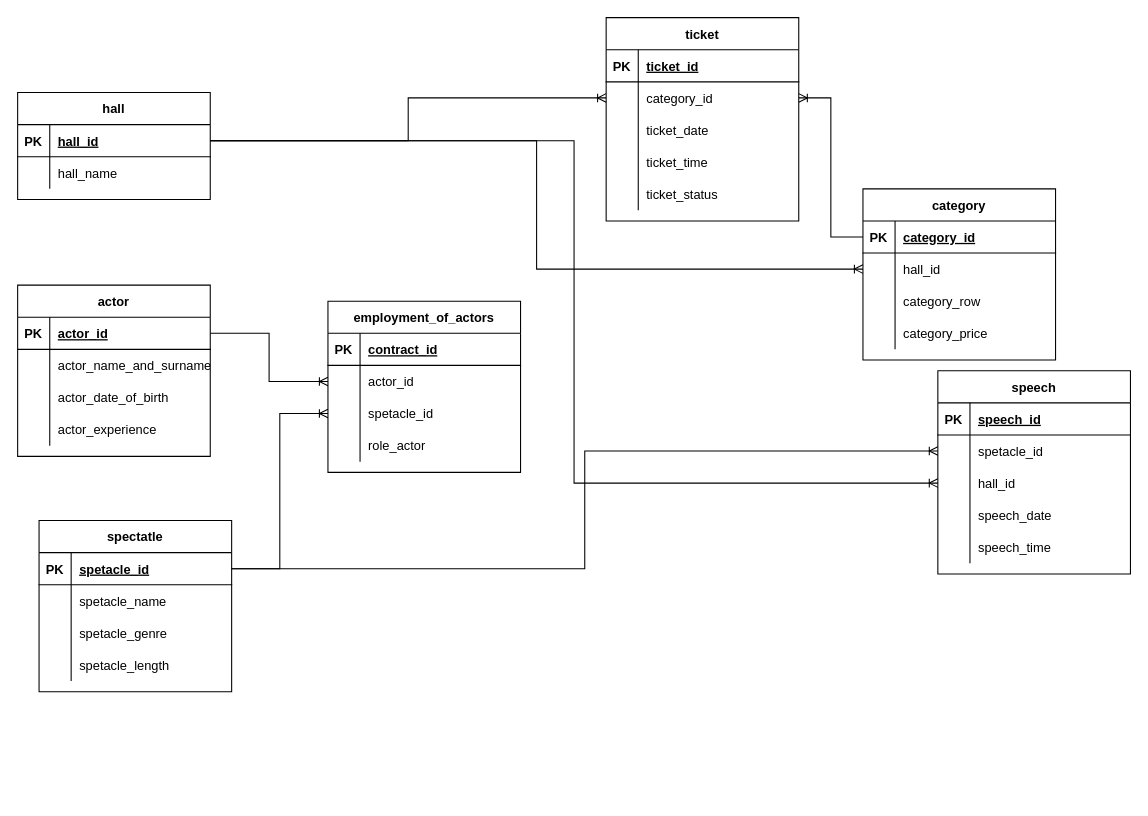
Before: page "Страница 1" (1 of 2) of База данных театра.drawio in MakarovIS/Data-base, a draw.io diagram. Source tidied: cells renumbered, new cells numbered last; positions are measured from the earlier drawing's top-left corner, leaving out a move shared by most shapes. Both pictures are drawn from the tidied source at 107%, with x=0, y=0 at pixel (17, 17).
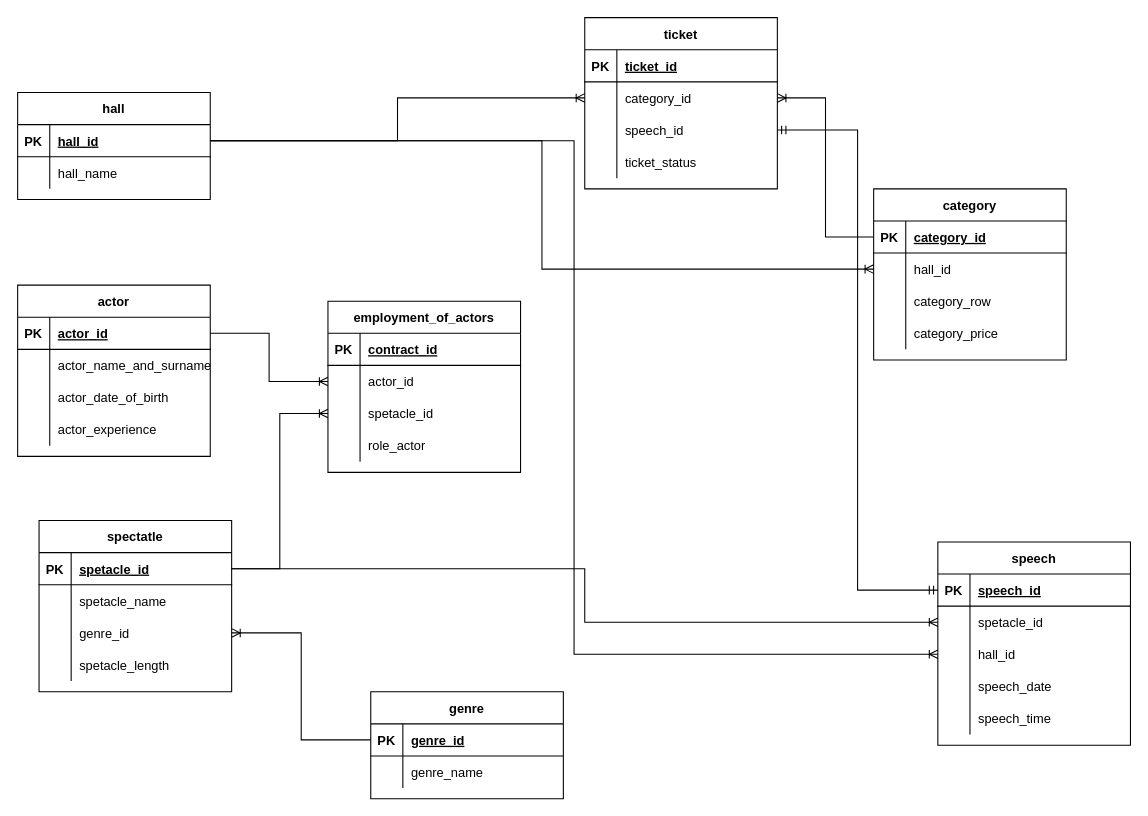
The same page after the edit.

Unchanged cells that the change refers to:
```xml
<mxCell id="35" style="shape=tableRow;horizontal=0;startSize=0;swimlaneHead=0;swimlaneBody=0;fillColor=none;points=[[0,0.5],[1,0.5]];portConstraint=eastwest;top=0;left=0;right=0;bottom=0;" parent="28" vertex="1">
  <mxGeometry y="90" width="180" height="30" as="geometry" />
</mxCell>
<mxCell id="45" style="shape=tableRow;horizontal=0;startSize=0;swimlaneHead=0;swimlaneBody=0;fillColor=none;points=[[0,0.5],[1,0.5]];portConstraint=eastwest;top=0;left=0;right=0;bottom=0;" parent="41" vertex="1">
  <mxGeometry y="60" width="180" height="30" as="geometry" />
</mxCell>
<mxCell id="48" style="shape=tableRow;horizontal=0;startSize=0;swimlaneHead=0;swimlaneBody=0;fillColor=none;points=[[0,0.5],[1,0.5]];portConstraint=eastwest;top=0;left=0;right=0;bottom=0;" parent="41" vertex="1">
  <mxGeometry y="90" width="180" height="30" as="geometry" />
</mxCell>
<mxCell id="68" style="shape=tableRow;horizontal=0;startSize=0;swimlaneHead=0;swimlaneBody=0;fillColor=none;points=[[0,0.5],[1,0.5]];portConstraint=eastwest;top=0;left=0;right=0;bottom=1;" parent="67" vertex="1">
  <mxGeometry y="30" width="180" height="30" as="geometry" />
</mxCell>
<mxCell id="82" style="shape=tableRow;horizontal=0;startSize=0;swimlaneHead=0;swimlaneBody=0;fillColor=none;points=[[0,0.5],[1,0.5]];portConstraint=eastwest;top=0;left=0;right=0;bottom=1;" parent="81" vertex="1">
  <mxGeometry y="30" width="180" height="30" as="geometry" />
</mxCell>
```

Change to the diagram source:
```diff
@@
-    <mxCell id="37" value="spetacle_genre" style="shape=partialRectangle;fillColor=none;top=0;left=0;bottom=0;right=0;align=left;spacingLeft=6;overflow=hidden;" parent="35" vertex="1">
+    <mxCell id="37" value="genre_id" style="shape=partialRectangle;fillColor=none;top=0;left=0;bottom=0;right=0;align=left;spacingLeft=6;overflow=hidden;" parent="35" vertex="1">
       <mxGeometry x="30" width="150" height="30" as="geometry" />
     </mxCell>
@@
     <mxCell id="41" value="ticket" style="shape=table;startSize=30;childLayout=tableLayout;rowLines=0;fontStyle=1;align=center;" parent="1" vertex="1">
-      <mxGeometry x="550" width="180" height="190" as="geometry" />
+      <mxGeometry x="530" width="180" height="160" as="geometry" />
     </mxCell>
@@
-    <mxCell id="49" style="shape=partialRectangle;fillColor=none;top=0;left=0;bottom=0;right=0;overflow=hidden;" parent="48" vertex="1">
-      <mxGeometry width="30" height="30" as="geometry" />
-    </mxCell>
-    <mxCell id="50" value="ticket_date" style="shape=partialRectangle;fillColor=none;top=0;left=0;bottom=0;right=0;align=left;spacingLeft=6;overflow=hidden;" parent="48" vertex="1">
-      <mxGeometry x="30" width="150" height="30" as="geometry" />
-    </mxCell>
-    <mxCell id="51" style="shape=tableRow;horizontal=0;startSize=0;swimlaneHead=0;swimlaneBody=0;fillColor=none;top=0;left=0;right=0;bottom=0;" parent="41" vertex="1">
-      <mxGeometry y="120" width="180" height="30" as="geometry" />
-    </mxCell>
-    <mxCell id="52" style="shape=partialRectangle;fillColor=none;top=0;left=0;bottom=0;right=0;overflow=hidden;" parent="51" vertex="1">
-      <mxGeometry width="30" height="30" as="geometry" />
-    </mxCell>
-    <mxCell id="53" value="ticket_time" style="shape=partialRectangle;fillColor=none;top=0;left=0;bottom=0;right=0;align=left;spacingLeft=6;overflow=hidden;" parent="51" vertex="1">
-      <mxGeometry x="30" width="150" height="30" as="geometry" />
-    </mxCell>
+    <mxCell id="100" style="shape=partialRectangle;fillColor=none;top=0;left=0;bottom=0;right=0;overflow=hidden;" parent="48" vertex="1">
+      <mxGeometry width="30" height="30" as="geometry" />
+    </mxCell>
+    <mxCell id="101" value="speech_id" style="shape=partialRectangle;fillColor=none;top=0;left=0;bottom=0;right=0;align=left;spacingLeft=6;overflow=hidden;" parent="48" vertex="1">
+      <mxGeometry x="30" width="150" height="30" as="geometry" />
+    </mxCell>
     <mxCell id="54" style="shape=tableRow;horizontal=0;startSize=0;swimlaneHead=0;swimlaneBody=0;fillColor=none;top=0;left=0;right=0;bottom=0;" parent="41" vertex="1">
-      <mxGeometry y="150" width="180" height="30" as="geometry" />
+      <mxGeometry y="120" width="180" height="30" as="geometry" />
     </mxCell>
@@
     <mxCell id="67" value="category" style="shape=table;startSize=30;childLayout=tableLayout;rowLines=0;fontStyle=1;align=center;" parent="1" vertex="1">
-      <mxGeometry x="790" y="160" width="180" height="160" as="geometry" />
+      <mxGeometry x="800" y="160" width="180" height="160" as="geometry" />
     </mxCell>
@@
-    <mxCell id="80" style="edgeStyle=entityRelationEdgeStyle;fontSize=12;html=1;endArrow=ERoneToMany;rounded=0;exitX=0;exitY=0.5;exitDx=0;exitDy=0;entryX=1;entryY=0.5;entryDx=0;entryDy=0;" parent="1" edge="1" source="68" target="45">
+    <mxCell id="80" style="edgeStyle=orthogonalEdgeStyle;fontSize=12;html=1;endArrow=ERoneToMany;rounded=0;exitX=0;exitY=0.5;exitDx=0;exitDy=0;entryX=1;entryY=0.5;entryDx=0;entryDy=0;" parent="1" edge="1" source="68" target="45">
       <mxGeometry relative="1" as="geometry" />
     </mxCell>
     <mxCell id="81" value="speech" style="shape=table;startSize=30;childLayout=tableLayout;rowLines=0;fontStyle=1;align=center;" parent="1" vertex="1">
-      <mxGeometry x="860" y="330" width="180" height="190" as="geometry" />
+      <mxGeometry x="860" y="490" width="180" height="190" as="geometry" />
     </mxCell>
@@
+    <mxCell id="102" style="edgeStyle=orthogonalEdgeStyle;fontSize=12;html=1;endArrow=ERmandOne;startArrow=ERmandOne;rounded=0;entryX=0;entryY=0.5;entryDx=0;entryDy=0;" parent="1" edge="1" source="48" target="82">
+      <mxGeometry relative="1" as="geometry" />
+    </mxCell>
+    <mxCell id="103" value="genre" style="shape=table;startSize=30;childLayout=tableLayout;rowLines=0;fontStyle=1;align=center;" parent="1" vertex="1">
+      <mxGeometry x="330" y="630" width="180" height="100" as="geometry" />
+    </mxCell>
+    <mxCell id="104" style="shape=tableRow;horizontal=0;startSize=0;swimlaneHead=0;swimlaneBody=0;fillColor=none;points=[[0,0.5],[1,0.5]];portConstraint=eastwest;top=0;left=0;right=0;bottom=1;" parent="103" vertex="1">
+      <mxGeometry y="30" width="180" height="30" as="geometry" />
+    </mxCell>
+    <mxCell id="105" value="PK" style="shape=partialRectangle;fillColor=none;top=0;left=0;bottom=0;right=0;fontStyle=1;overflow=hidden;" parent="104" vertex="1">
+      <mxGeometry width="30" height="30" as="geometry" />
+    </mxCell>
+    <mxCell id="106" value="genre_id" style="shape=partialRectangle;fillColor=none;top=0;left=0;bottom=0;right=0;align=left;spacingLeft=6;fontStyle=5;overflow=hidden;" parent="104" vertex="1">
+      <mxGeometry x="30" width="150" height="30" as="geometry" />
+    </mxCell>
+    <mxCell id="107" style="shape=tableRow;horizontal=0;startSize=0;swimlaneHead=0;swimlaneBody=0;fillColor=none;top=0;left=0;right=0;bottom=0;" parent="103" vertex="1">
+      <mxGeometry y="60" width="180" height="30" as="geometry" />
+    </mxCell>
+    <mxCell id="108" style="shape=partialRectangle;fillColor=none;top=0;left=0;bottom=0;right=0;overflow=hidden;" parent="107" vertex="1">
+      <mxGeometry width="30" height="30" as="geometry" />
+    </mxCell>
+    <mxCell id="109" value="genre_name" style="shape=partialRectangle;fillColor=none;top=0;left=0;bottom=0;right=0;align=left;spacingLeft=6;overflow=hidden;" parent="107" vertex="1">
+      <mxGeometry x="30" width="150" height="30" as="geometry" />
+    </mxCell>
+    <mxCell id="110" style="edgeStyle=orthogonalEdgeStyle;fontSize=12;html=1;endArrow=ERoneToMany;rounded=0;exitX=0;exitY=0.5;exitDx=0;exitDy=0;entryX=1;entryY=0.5;entryDx=0;entryDy=0;" parent="1" edge="1" source="104" target="35">
+      <mxGeometry relative="1" as="geometry" />
+    </mxCell>
```
